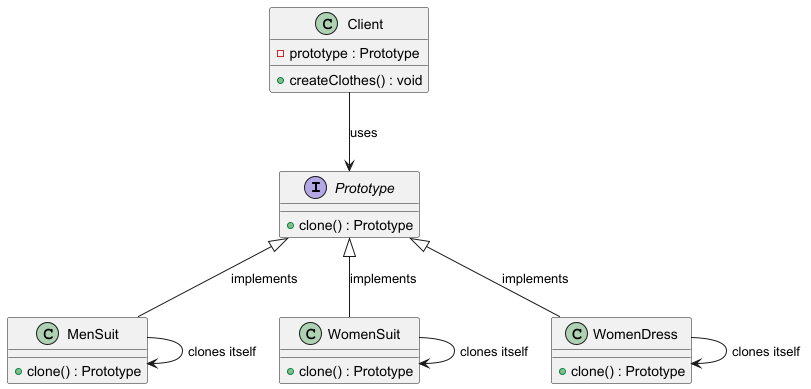
Earlier version of the PlantUML export GeneratePatterns/Prototype/uml.png (smetaniny/design-patterns).
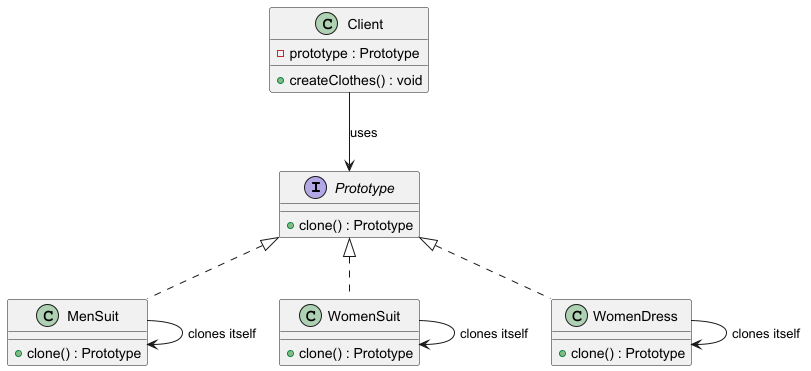
Above is the later version.

Change to the diagram source:
```diff
@@ -4,15 +4,15 @@
     + clone() : Prototype
 }
 
-class MenSuit {
+class MenSuit implements Prototype {
     + clone() : Prototype
 }
 
-class WomenSuit {
+class WomenSuit implements Prototype {
     + clone() : Prototype
 }
 
-class WomenDress {
+class WomenDress implements Prototype {
     + clone() : Prototype
 }
 
@@ -22,9 +22,6 @@
 }
 
 Client --> Prototype : uses
-Prototype <|-- MenSuit : implements
-Prototype <|-- WomenSuit : implements
-Prototype <|-- WomenDress : implements
 
 MenSuit --> MenSuit : clones itself
 WomenSuit --> WomenSuit : clones itself
```
